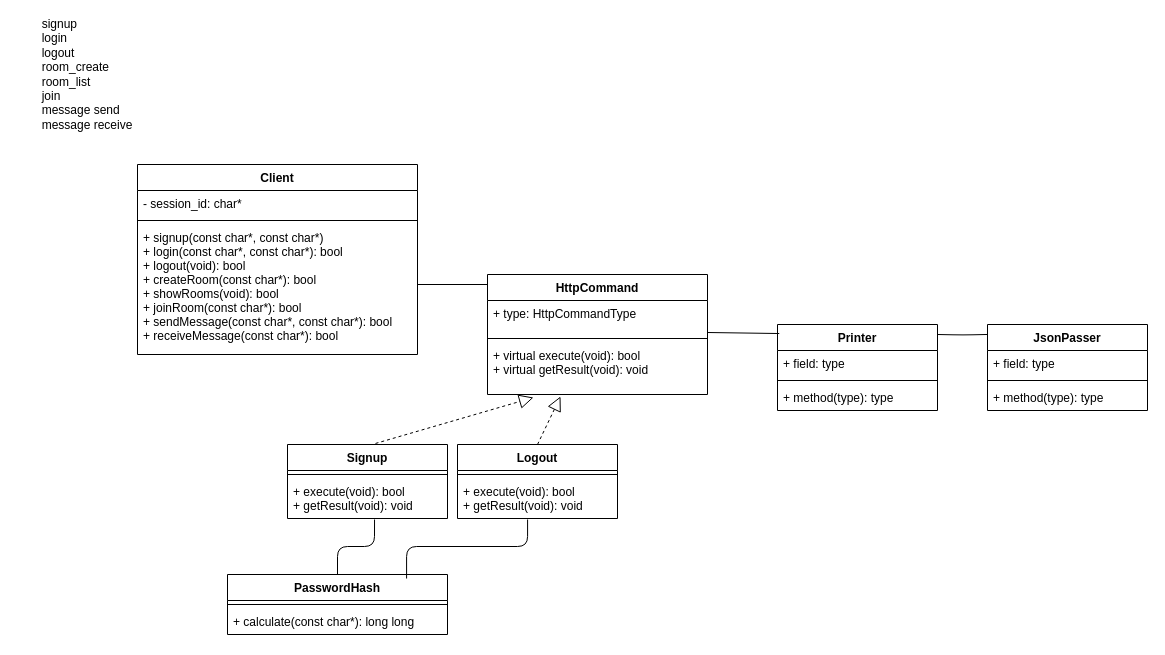
Above: BRTeamProject.drawio in kimcinoo/hello-world (draw.io), before the change. Source tidied: cells renumbered, new cells numbered last; positions are measured from the earlier drawing's top-left corner, leaving out a move shared by most shapes. Both pictures are drawn from the tidied source at 100%, with x=0, y=0 at pixel (17, 64).
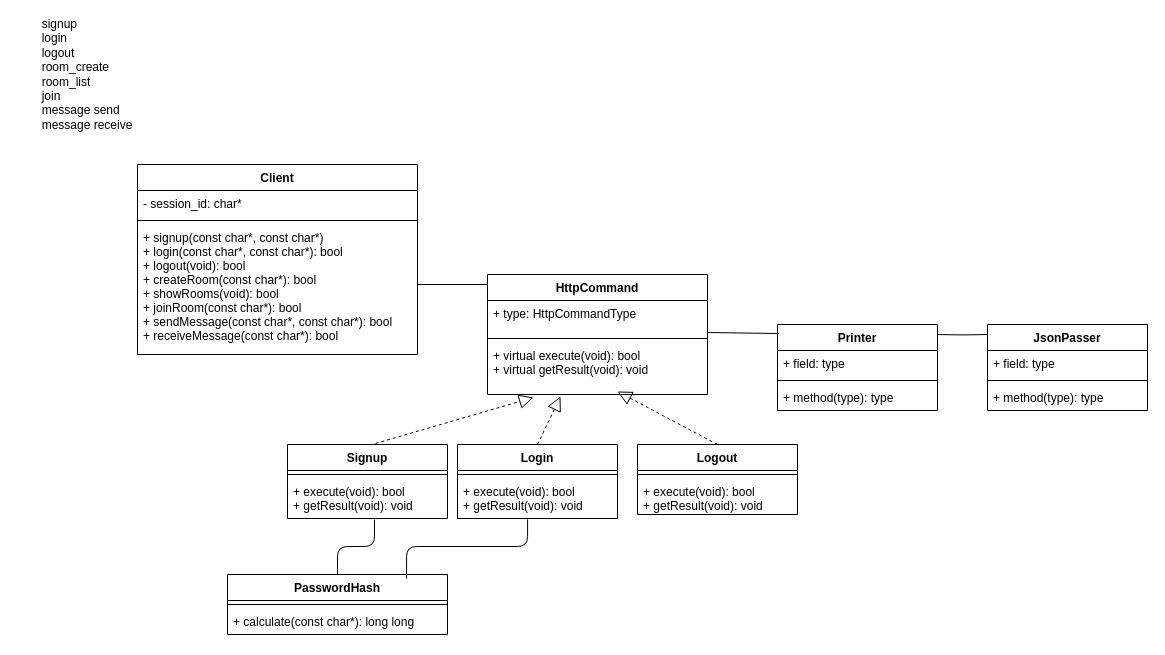
The same diagram, later.

Unchanged cells that the change refers to:
```xml
<mxCell id="13" value="+ virtual execute(void): bool&#10;+ virtual getResult(void): void" style="text;strokeColor=none;fillColor=none;align=left;verticalAlign=top;spacingLeft=4;spacingRight=4;overflow=hidden;points=[[0,0.5],[1,0.5]];portConstraint=eastwest;" parent="10" vertex="1">
  <mxGeometry y="68" width="220" height="52" as="geometry" />
</mxCell>
```

What changed in the source:
```diff
@@
-    <mxCell id="21" value="Logout" style="swimlane;fontStyle=1;align=center;verticalAlign=top;horizontal=1;startSize=26;" parent="1" vertex="1">
+    <mxCell id="21" value="Login" style="swimlane;fontStyle=1;align=center;verticalAlign=top;horizontal=1;startSize=26;" parent="1" vertex="1">
       <mxGeometry x="440" y="380" width="160" height="74" as="geometry" />
     </mxCell>
@@
+    <mxCell id="35" value="Logout" style="swimlane;fontStyle=1;align=center;verticalAlign=top;horizontal=1;startSize=26;" parent="1" vertex="1">
+      <mxGeometry x="620" y="380" width="160" height="70" as="geometry" />
+    </mxCell>
+    <mxCell id="36" style="line;strokeWidth=1;fillColor=none;align=left;verticalAlign=middle;spacingTop=-1;spacingLeft=3;spacingRight=3;labelPosition=right;" parent="35" vertex="1">
+      <mxGeometry y="26" width="160" height="8" as="geometry" />
+    </mxCell>
+    <mxCell id="37" value="+ execute(void): bool&#10;+ getResult(void): void" style="text;strokeColor=none;fillColor=none;align=left;verticalAlign=top;spacingLeft=4;spacingRight=4;overflow=hidden;" parent="35" vertex="1">
+      <mxGeometry y="34" width="160" height="36" as="geometry" />
+    </mxCell>
+    <mxCell id="38" style="endArrow=block;dashed=1;endFill=0;endSize=12;html=1;entryX=0.591;entryY=0.942;entryDx=0;entryDy=0;entryPerimeter=0;exitX=0.5;exitY=0;exitDx=0;exitDy=0;" parent="1" edge="1" source="35" target="13">
+      <mxGeometry relative="1" as="geometry" />
+    </mxCell>
```
